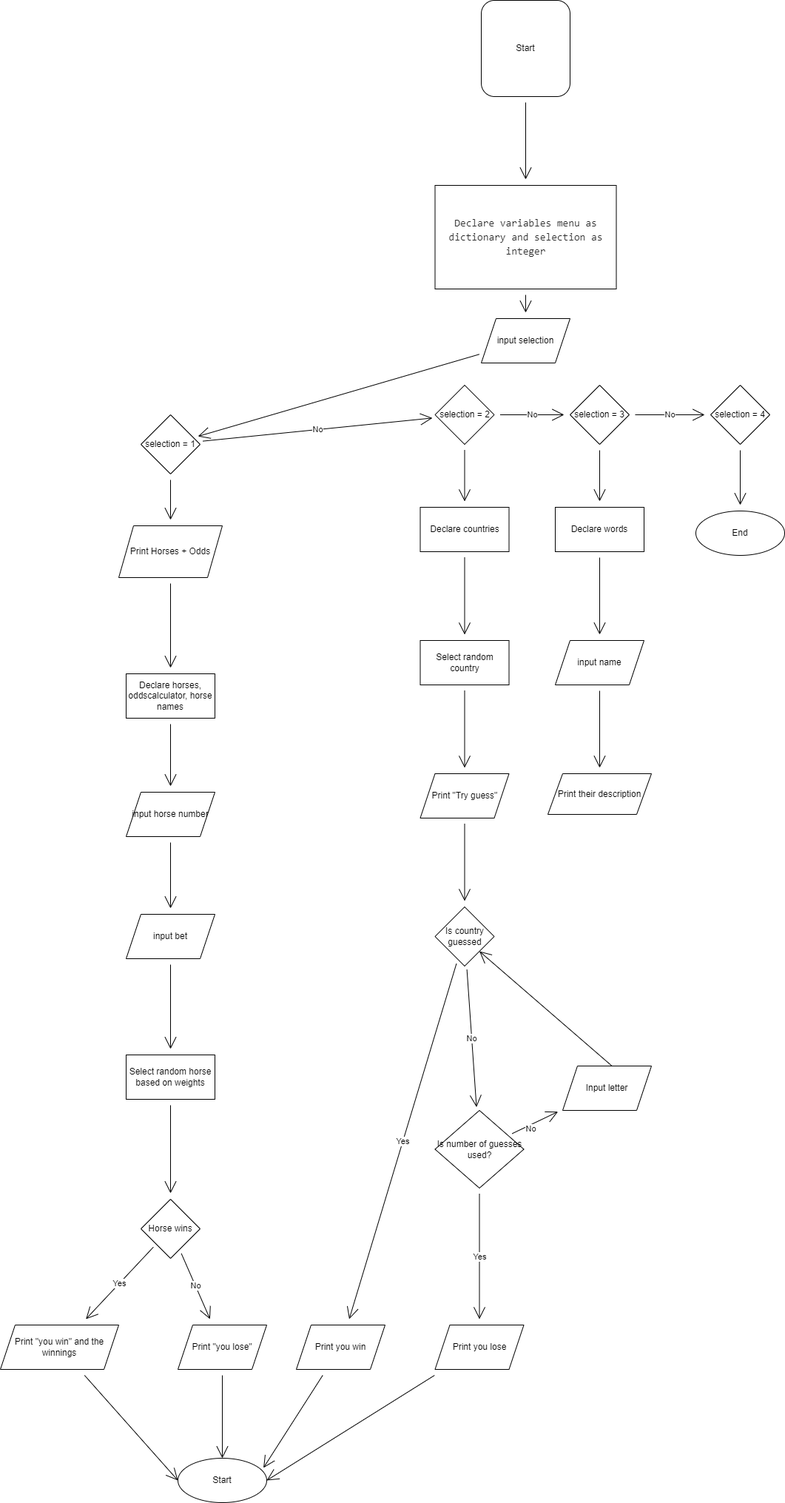
Before: PythonProjectFlowChart.drawio.png, a diagram exported from draw.io (Fraechmc/PythonProject). Source tidied: cells renumbered, new cells last; positions are measured from the earlier drawing's top-left corner, leaving out a move shared by most shapes. Its diagram source:
```xml
<mxGraphModel>
  <root>
    <mxCell id="0" />
    <mxCell id="1" parent="0" />
    <mxCell id="2" value="Start" style="rounded=1;whiteSpace=wrap;html=1;hachureGap=4;" parent="1" vertex="1">
      <mxGeometry x="650" width="120" height="130" as="geometry" />
    </mxCell>
    <mxCell id="3" style="edgeStyle=none;curved=1;rounded=0;jettySize=auto;html=1;endArrow=open;startSize=14;endSize=14;sourcePerimeterSpacing=8;targetPerimeterSpacing=8;verticalAlign=bottom;" parent="1" edge="1" source="2" target="5">
      <mxGeometry relative="1" as="geometry" />
    </mxCell>
    <mxCell id="4" style="edgeStyle=none;curved=1;rounded=0;jettySize=auto;html=1;endArrow=open;startSize=14;endSize=14;sourcePerimeterSpacing=8;targetPerimeterSpacing=8;" parent="1" edge="1" source="5" target="7">
      <mxGeometry relative="1" as="geometry" />
    </mxCell>
    <mxCell id="5" value="&lt;div style=&quot;color: rgb(41, 41, 41); background-color: rgb(255, 255, 255); font-family: Consolas, &amp;quot;Courier New&amp;quot;, monospace; font-size: 14px; line-height: 19px;&quot;&gt;&lt;div&gt;Declare variables menu as dictionary and selection as integer&lt;/div&gt;&lt;/div&gt;" style="rounded=0;whiteSpace=wrap;html=1;hachureGap=4;align=center;" parent="1" vertex="1">
      <mxGeometry x="587.5" y="250" width="245" height="140" as="geometry" />
    </mxCell>
    <mxCell id="6" style="edgeStyle=none;curved=1;rounded=0;jettySize=auto;html=1;endArrow=open;startSize=14;endSize=14;sourcePerimeterSpacing=8;targetPerimeterSpacing=8;" parent="1" edge="1" source="7" target="10">
      <mxGeometry relative="1" as="geometry" />
    </mxCell>
    <mxCell id="7" value="input selection" style="shape=parallelogram;perimeter=parallelogramPerimeter;whiteSpace=wrap;html=1;fixedSize=1;hachureGap=4;" parent="1" vertex="1">
      <mxGeometry x="650" y="430" width="120" height="60" as="geometry" />
    </mxCell>
    <mxCell id="8" value="No" style="edgeStyle=none;curved=1;rounded=0;jettySize=auto;html=1;endArrow=open;startSize=14;endSize=14;sourcePerimeterSpacing=8;targetPerimeterSpacing=8;" parent="1" edge="1" source="10" target="13">
      <mxGeometry relative="1" as="geometry" />
    </mxCell>
    <mxCell id="9" style="edgeStyle=none;curved=1;rounded=0;jettySize=auto;html=1;endArrow=open;startSize=14;endSize=14;sourcePerimeterSpacing=8;targetPerimeterSpacing=8;" parent="1" edge="1" source="10" target="20">
      <mxGeometry relative="1" as="geometry" />
    </mxCell>
    <mxCell id="10" value="selection = 1" style="rhombus;whiteSpace=wrap;html=1;hachureGap=4;" parent="1" vertex="1">
      <mxGeometry x="190" y="560" width="80" height="80" as="geometry" />
    </mxCell>
    <mxCell id="11" value="No" style="edgeStyle=none;curved=1;rounded=0;jettySize=auto;html=1;endArrow=open;startSize=14;endSize=14;sourcePerimeterSpacing=8;targetPerimeterSpacing=8;" parent="1" edge="1" source="13" target="16">
      <mxGeometry relative="1" as="geometry" />
    </mxCell>
    <mxCell id="12" style="edgeStyle=none;curved=1;rounded=0;jettySize=auto;html=1;endArrow=open;startSize=14;endSize=14;sourcePerimeterSpacing=8;targetPerimeterSpacing=8;" parent="1" edge="1" source="13" target="37">
      <mxGeometry relative="1" as="geometry" />
    </mxCell>
    <mxCell id="13" value="selection = 2" style="rhombus;whiteSpace=wrap;html=1;hachureGap=4;" parent="1" vertex="1">
      <mxGeometry x="587.5" y="520" width="80" height="80" as="geometry" />
    </mxCell>
    <mxCell id="14" value="No" style="edgeStyle=none;curved=1;rounded=0;jettySize=auto;html=1;endArrow=open;startSize=14;endSize=14;sourcePerimeterSpacing=8;targetPerimeterSpacing=8;" parent="1" edge="1" source="16" target="18">
      <mxGeometry relative="1" as="geometry" />
    </mxCell>
    <mxCell id="15" style="edgeStyle=none;curved=1;rounded=0;jettySize=auto;html=1;endArrow=open;startSize=14;endSize=14;sourcePerimeterSpacing=8;targetPerimeterSpacing=8;" parent="1" edge="1" source="16" target="56">
      <mxGeometry relative="1" as="geometry" />
    </mxCell>
    <mxCell id="16" value="selection = 3" style="rhombus;whiteSpace=wrap;html=1;hachureGap=4;" parent="1" vertex="1">
      <mxGeometry x="770" y="520" width="80" height="80" as="geometry" />
    </mxCell>
    <mxCell id="17" style="edgeStyle=none;curved=1;rounded=0;jettySize=auto;html=1;endArrow=open;startSize=14;endSize=14;sourcePerimeterSpacing=8;targetPerimeterSpacing=8;" parent="1" edge="1" source="18" target="60">
      <mxGeometry relative="1" as="geometry" />
    </mxCell>
    <mxCell id="18" value="selection = 4" style="rhombus;whiteSpace=wrap;html=1;hachureGap=4;" parent="1" vertex="1">
      <mxGeometry x="960" y="520" width="80" height="80" as="geometry" />
    </mxCell>
    <mxCell id="19" style="edgeStyle=none;curved=1;rounded=0;jettySize=auto;html=1;endArrow=open;startSize=14;endSize=14;sourcePerimeterSpacing=8;targetPerimeterSpacing=8;" parent="1" edge="1" source="20" target="22">
      <mxGeometry relative="1" as="geometry" />
    </mxCell>
    <mxCell id="20" value="Print Horses + Odds&lt;br&gt;" style="shape=parallelogram;perimeter=parallelogramPerimeter;whiteSpace=wrap;html=1;fixedSize=1;hachureGap=4;" parent="1" vertex="1">
      <mxGeometry x="160" y="710" width="140" height="70" as="geometry" />
    </mxCell>
    <mxCell id="21" style="edgeStyle=none;curved=1;rounded=0;jettySize=auto;html=1;endArrow=open;startSize=14;endSize=14;sourcePerimeterSpacing=8;targetPerimeterSpacing=8;" parent="1" edge="1" source="22" target="24">
      <mxGeometry relative="1" as="geometry" />
    </mxCell>
    <mxCell id="22" value="Declare horses, oddscalculator, horse names" style="whiteSpace=wrap;html=1;hachureGap=4;" parent="1" vertex="1">
      <mxGeometry x="170" y="910" width="120" height="60" as="geometry" />
    </mxCell>
    <mxCell id="23" style="edgeStyle=none;curved=1;rounded=0;jettySize=auto;html=1;endArrow=open;startSize=14;endSize=14;sourcePerimeterSpacing=8;targetPerimeterSpacing=8;" parent="1" edge="1" source="24" target="26">
      <mxGeometry relative="1" as="geometry" />
    </mxCell>
    <mxCell id="24" value="input horse number&lt;br&gt;" style="shape=parallelogram;perimeter=parallelogramPerimeter;whiteSpace=wrap;html=1;fixedSize=1;hachureGap=4;" parent="1" vertex="1">
      <mxGeometry x="170" y="1070" width="120" height="60" as="geometry" />
    </mxCell>
    <mxCell id="25" style="edgeStyle=none;curved=1;rounded=0;jettySize=auto;html=1;endArrow=open;startSize=14;endSize=14;sourcePerimeterSpacing=8;targetPerimeterSpacing=8;" parent="1" edge="1" source="26" target="28">
      <mxGeometry relative="1" as="geometry" />
    </mxCell>
    <mxCell id="26" value="input bet&lt;br&gt;" style="shape=parallelogram;perimeter=parallelogramPerimeter;whiteSpace=wrap;html=1;fixedSize=1;hachureGap=4;" parent="1" vertex="1">
      <mxGeometry x="170" y="1235" width="120" height="60" as="geometry" />
    </mxCell>
    <mxCell id="27" style="edgeStyle=none;curved=1;rounded=0;jettySize=auto;html=1;endArrow=open;startSize=14;endSize=14;sourcePerimeterSpacing=8;targetPerimeterSpacing=8;" parent="1" edge="1" source="28" target="31">
      <mxGeometry relative="1" as="geometry" />
    </mxCell>
    <mxCell id="28" value="Select random horse based on weights" style="whiteSpace=wrap;html=1;hachureGap=4;" parent="1" vertex="1">
      <mxGeometry x="170" y="1425" width="120" height="60" as="geometry" />
    </mxCell>
    <mxCell id="29" value="No" style="edgeStyle=none;curved=1;rounded=0;jettySize=auto;html=1;endArrow=open;startSize=14;endSize=14;sourcePerimeterSpacing=8;targetPerimeterSpacing=8;" parent="1" edge="1" source="31" target="33">
      <mxGeometry relative="1" as="geometry" />
    </mxCell>
    <mxCell id="30" value="Yes" style="edgeStyle=none;curved=1;rounded=0;jettySize=auto;html=1;endArrow=open;startSize=14;endSize=14;sourcePerimeterSpacing=8;targetPerimeterSpacing=8;" parent="1" edge="1" source="31" target="35">
      <mxGeometry relative="1" as="geometry" />
    </mxCell>
    <mxCell id="31" value="Horse wins" style="rhombus;whiteSpace=wrap;html=1;hachureGap=4;" parent="1" vertex="1">
      <mxGeometry x="190" y="1620" width="80" height="80" as="geometry" />
    </mxCell>
    <mxCell id="32" style="edgeStyle=none;curved=1;rounded=0;jettySize=auto;html=1;endArrow=open;startSize=14;endSize=14;sourcePerimeterSpacing=8;targetPerimeterSpacing=8;entryX=0.5;entryY=0;entryDx=0;entryDy=0;" parent="1" edge="1" source="33" target="61">
      <mxGeometry relative="1" as="geometry" />
    </mxCell>
    <mxCell id="33" value="Print &quot;you lose&quot;" style="shape=parallelogram;perimeter=parallelogramPerimeter;whiteSpace=wrap;html=1;fixedSize=1;hachureGap=4;" parent="1" vertex="1">
      <mxGeometry x="240" y="1790" width="120" height="60" as="geometry" />
    </mxCell>
    <mxCell id="34" style="edgeStyle=none;curved=1;rounded=0;jettySize=auto;html=1;endArrow=open;startSize=14;endSize=14;sourcePerimeterSpacing=8;targetPerimeterSpacing=8;entryX=0;entryY=0.5;entryDx=0;entryDy=0;" parent="1" edge="1" source="35" target="61">
      <mxGeometry relative="1" as="geometry" />
    </mxCell>
    <mxCell id="35" value="Print &quot;you win&quot; and the winnings" style="shape=parallelogram;perimeter=parallelogramPerimeter;whiteSpace=wrap;html=1;fixedSize=1;hachureGap=4;" parent="1" vertex="1">
      <mxGeometry y="1790" width="160" height="60" as="geometry" />
    </mxCell>
    <mxCell id="36" style="edgeStyle=none;curved=1;rounded=0;jettySize=auto;html=1;endArrow=open;startSize=14;endSize=14;sourcePerimeterSpacing=8;targetPerimeterSpacing=8;" parent="1" edge="1" source="37" target="39">
      <mxGeometry relative="1" as="geometry" />
    </mxCell>
    <mxCell id="37" value="Declare countries" style="whiteSpace=wrap;html=1;hachureGap=4;" parent="1" vertex="1">
      <mxGeometry x="567.5" y="685" width="120" height="60" as="geometry" />
    </mxCell>
    <mxCell id="38" style="edgeStyle=none;curved=1;rounded=0;jettySize=auto;html=1;endArrow=open;startSize=14;endSize=14;sourcePerimeterSpacing=8;targetPerimeterSpacing=8;" parent="1" edge="1" source="39" target="41">
      <mxGeometry relative="1" as="geometry" />
    </mxCell>
    <mxCell id="39" value="Select random country" style="whiteSpace=wrap;html=1;hachureGap=4;" parent="1" vertex="1">
      <mxGeometry x="567.5" y="865" width="120" height="60" as="geometry" />
    </mxCell>
    <mxCell id="40" style="edgeStyle=none;curved=1;rounded=0;jettySize=auto;html=1;endArrow=open;startSize=14;endSize=14;sourcePerimeterSpacing=8;targetPerimeterSpacing=8;" parent="1" edge="1" source="41" target="44">
      <mxGeometry relative="1" as="geometry" />
    </mxCell>
    <mxCell id="41" value="Print &quot;Try guess&quot;" style="shape=parallelogram;perimeter=parallelogramPerimeter;whiteSpace=wrap;html=1;fixedSize=1;hachureGap=4;" parent="1" vertex="1">
      <mxGeometry x="567.5" y="1045" width="120" height="60" as="geometry" />
    </mxCell>
    <mxCell id="42" value="No" style="edgeStyle=none;curved=1;rounded=0;jettySize=auto;html=1;endArrow=open;startSize=14;endSize=14;sourcePerimeterSpacing=8;targetPerimeterSpacing=8;" parent="1" edge="1" source="44" target="48">
      <mxGeometry relative="1" as="geometry" />
    </mxCell>
    <mxCell id="43" value="Yes" style="edgeStyle=none;curved=1;rounded=0;jettySize=auto;html=1;endArrow=open;startSize=14;endSize=14;sourcePerimeterSpacing=8;targetPerimeterSpacing=8;" parent="1" edge="1" source="44" target="51">
      <mxGeometry relative="1" as="geometry" />
    </mxCell>
    <mxCell id="44" value="Is country guessed" style="rhombus;whiteSpace=wrap;html=1;hachureGap=4;" parent="1" vertex="1">
      <mxGeometry x="587.5" y="1225" width="80" height="80" as="geometry" />
    </mxCell>
    <mxCell id="45" style="edgeStyle=none;curved=1;rounded=0;jettySize=auto;html=1;endArrow=open;startSize=14;endSize=14;sourcePerimeterSpacing=8;targetPerimeterSpacing=8;" parent="1" edge="1" source="48" target="52">
      <mxGeometry relative="1" as="geometry" />
    </mxCell>
    <mxCell id="46" value="No" style="edgeLabel;html=1;align=center;verticalAlign=middle;" parent="45" vertex="1">
      <mxGeometry x="-0.27" y="-6" relative="1" as="geometry">
        <mxPoint y="-1" as="offset" />
      </mxGeometry>
    </mxCell>
    <mxCell id="47" value="Yes" style="edgeStyle=none;curved=1;rounded=0;jettySize=auto;html=1;endArrow=open;startSize=14;endSize=14;sourcePerimeterSpacing=8;targetPerimeterSpacing=8;" parent="1" edge="1" source="48" target="54">
      <mxGeometry relative="1" as="geometry" />
    </mxCell>
    <mxCell id="48" value="Is number of guesses used?" style="rhombus;whiteSpace=wrap;html=1;hachureGap=4;" parent="1" vertex="1">
      <mxGeometry x="587.5" y="1500" width="120" height="105" as="geometry" />
    </mxCell>
    <mxCell id="49" style="edgeStyle=none;curved=1;rounded=0;jettySize=auto;html=1;endArrow=open;startSize=14;endSize=14;sourcePerimeterSpacing=8;targetPerimeterSpacing=8;entryX=1;entryY=1;entryDx=0;entryDy=0;" parent="1" edge="1" target="44">
      <mxGeometry relative="1" as="geometry">
        <mxPoint x="826.1" y="1439.5" as="sourcePoint" />
      </mxGeometry>
    </mxCell>
    <mxCell id="50" style="edgeStyle=none;curved=1;rounded=0;jettySize=auto;html=1;endArrow=open;startSize=14;endSize=14;sourcePerimeterSpacing=8;targetPerimeterSpacing=8;entryX=0.963;entryY=0.217;entryDx=0;entryDy=0;entryPerimeter=0;" parent="1" edge="1" source="51" target="61">
      <mxGeometry relative="1" as="geometry" />
    </mxCell>
    <mxCell id="51" value="Print you win" style="shape=parallelogram;perimeter=parallelogramPerimeter;whiteSpace=wrap;html=1;fixedSize=1;hachureGap=4;" parent="1" vertex="1">
      <mxGeometry x="400" y="1790" width="120" height="60" as="geometry" />
    </mxCell>
    <mxCell id="52" value="Input letter" style="shape=parallelogram;perimeter=parallelogramPerimeter;whiteSpace=wrap;html=1;fixedSize=1;hachureGap=4;" parent="1" vertex="1">
      <mxGeometry x="760" y="1440" width="120" height="60" as="geometry" />
    </mxCell>
    <mxCell id="53" style="edgeStyle=none;curved=1;rounded=0;jettySize=auto;html=1;endArrow=open;startSize=14;endSize=14;sourcePerimeterSpacing=8;targetPerimeterSpacing=8;entryX=1;entryY=0.5;entryDx=0;entryDy=0;" parent="1" edge="1" source="54" target="61">
      <mxGeometry relative="1" as="geometry" />
    </mxCell>
    <mxCell id="54" value="Print you lose" style="shape=parallelogram;perimeter=parallelogramPerimeter;whiteSpace=wrap;html=1;fixedSize=1;hachureGap=4;" parent="1" vertex="1">
      <mxGeometry x="587.5" y="1790" width="120" height="60" as="geometry" />
    </mxCell>
    <mxCell id="55" style="edgeStyle=none;curved=1;rounded=0;jettySize=auto;html=1;endArrow=open;startSize=14;endSize=14;sourcePerimeterSpacing=8;targetPerimeterSpacing=8;" parent="1" edge="1" source="56" target="58">
      <mxGeometry relative="1" as="geometry" />
    </mxCell>
    <mxCell id="56" value="Declare words" style="whiteSpace=wrap;html=1;hachureGap=4;" parent="1" vertex="1">
      <mxGeometry x="750" y="685" width="120" height="60" as="geometry" />
    </mxCell>
    <mxCell id="57" style="edgeStyle=none;curved=1;rounded=0;jettySize=auto;html=1;endArrow=open;startSize=14;endSize=14;sourcePerimeterSpacing=8;targetPerimeterSpacing=8;" parent="1" edge="1" source="58" target="59">
      <mxGeometry relative="1" as="geometry" />
    </mxCell>
    <mxCell id="58" value="input name" style="shape=parallelogram;perimeter=parallelogramPerimeter;whiteSpace=wrap;html=1;fixedSize=1;hachureGap=4;" parent="1" vertex="1">
      <mxGeometry x="750" y="865" width="120" height="60" as="geometry" />
    </mxCell>
    <mxCell id="59" value="Print their description" style="shape=parallelogram;perimeter=parallelogramPerimeter;whiteSpace=wrap;html=1;fixedSize=1;hachureGap=4;" parent="1" vertex="1">
      <mxGeometry x="740" y="1045" width="140" height="55" as="geometry" />
    </mxCell>
    <mxCell id="60" value="End" style="ellipse;whiteSpace=wrap;html=1;hachureGap=4;" parent="1" vertex="1">
      <mxGeometry x="940" y="690" width="120" height="60" as="geometry" />
    </mxCell>
    <mxCell id="61" value="Start" style="ellipse;whiteSpace=wrap;html=1;hachureGap=4;" parent="1" vertex="1">
      <mxGeometry x="240" y="1970" width="120" height="60" as="geometry" />
    </mxCell>
  </root>
</mxGraphModel>
```
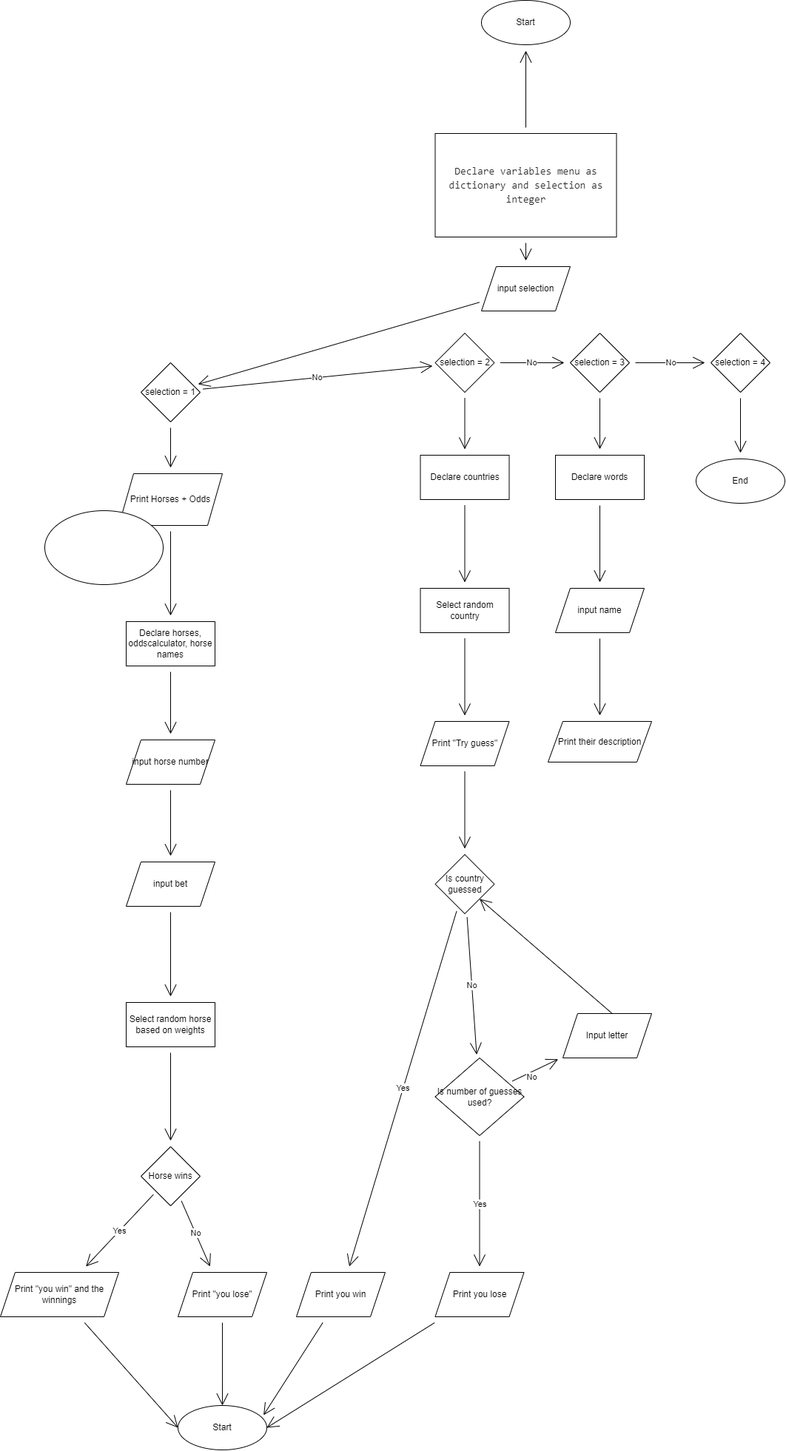
Later version of the same file.

Diff of the diagram source:
```diff
@@ -2,15 +2,12 @@
   <root>
     <mxCell id="0" />
     <mxCell id="1" parent="0" />
-    <mxCell id="2" value="Start" style="rounded=1;whiteSpace=wrap;html=1;hachureGap=4;" parent="1" vertex="1">
-      <mxGeometry x="650" width="120" height="130" as="geometry" />
-    </mxCell>
-    <mxCell id="3" style="edgeStyle=none;curved=1;rounded=0;jettySize=auto;html=1;endArrow=open;startSize=14;endSize=14;sourcePerimeterSpacing=8;targetPerimeterSpacing=8;verticalAlign=bottom;" parent="1" edge="1" source="2" target="5">
-      <mxGeometry relative="1" as="geometry" />
-    </mxCell>
     <mxCell id="4" style="edgeStyle=none;curved=1;rounded=0;jettySize=auto;html=1;endArrow=open;startSize=14;endSize=14;sourcePerimeterSpacing=8;targetPerimeterSpacing=8;" parent="1" edge="1" source="5" target="7">
       <mxGeometry relative="1" as="geometry" />
     </mxCell>
+    <mxCell id="62" style="edgeStyle=none;curved=1;rounded=0;jettySize=auto;html=1;endArrow=open;startSize=14;endSize=14;sourcePerimeterSpacing=8;targetPerimeterSpacing=8;" parent="1" edge="1" source="5" target="2">
+      <mxGeometry relative="1" as="geometry" />
+    </mxCell>
     <mxCell id="5" value="&lt;div style=&quot;color: rgb(41, 41, 41); background-color: rgb(255, 255, 255); font-family: Consolas, &amp;quot;Courier New&amp;quot;, monospace; font-size: 14px; line-height: 19px;&quot;&gt;&lt;div&gt;Declare variables menu as dictionary and selection as integer&lt;/div&gt;&lt;/div&gt;" style="rounded=0;whiteSpace=wrap;html=1;hachureGap=4;align=center;" parent="1" vertex="1">
       <mxGeometry x="587.5" y="250" width="245" height="140" as="geometry" />
     </mxCell>
@@ -186,5 +183,11 @@
     <mxCell id="61" value="Start" style="ellipse;whiteSpace=wrap;html=1;hachureGap=4;" parent="1" vertex="1">
       <mxGeometry x="240" y="1970" width="120" height="60" as="geometry" />
     </mxCell>
+    <mxCell id="63" style="ellipse;whiteSpace=wrap;html=1;hachureGap=4;" parent="1" vertex="1">
+      <mxGeometry x="60" y="760" width="160" height="100" as="geometry" />
+    </mxCell>
+    <mxCell id="2" value="Start" style="ellipse;whiteSpace=wrap;html=1;hachureGap=4;" parent="1" vertex="1">
+      <mxGeometry x="650" y="70" width="120" height="60" as="geometry" />
+    </mxCell>
   </root>
 </mxGraphModel>
```
